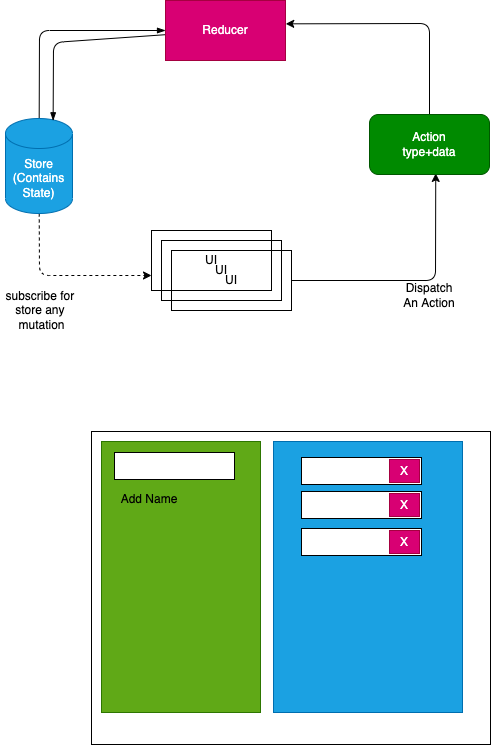
Earlier version of the draw.io export images/day13.drawio.png (adithnaveen/2022-sapient-react-node-graphql). Source tidied: cells renumbered, new cells last; positions are measured from the earlier drawing's top-left corner, leaving out a move shared by most shapes.
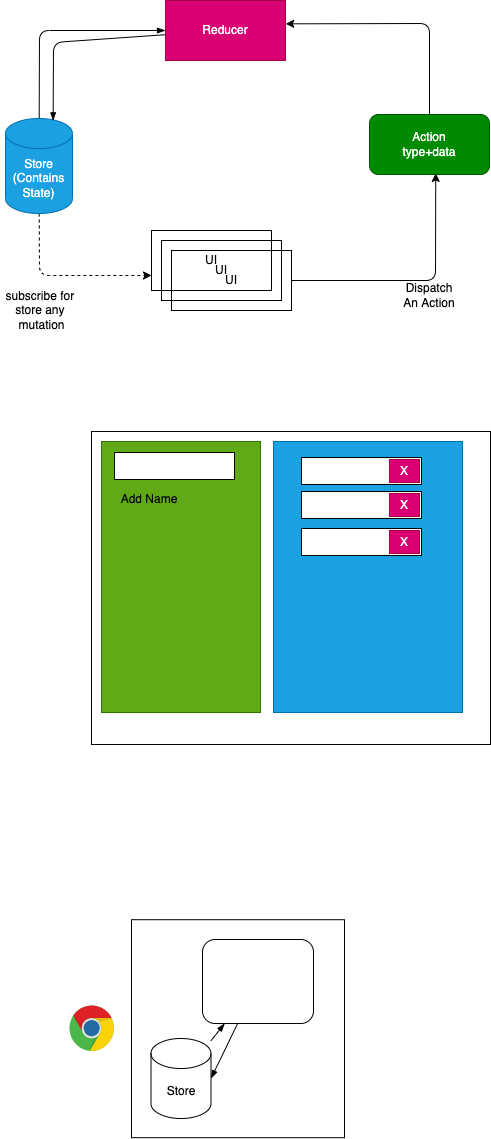
Above is the later version.

Diff of the diagram source:
```diff
@@ -94,5 +94,23 @@
     <mxCell id="25" value="X" style="text;html=1;strokeColor=#A50040;fillColor=#d80073;align=center;verticalAlign=middle;whiteSpace=wrap;rounded=0;fontColor=#ffffff;" parent="1" vertex="1">
       <mxGeometry x="389" y="530" width="30" height="23" as="geometry" />
     </mxCell>
+    <mxCell id="26" style="dashed=0;html=1;align=center;labelPosition=center;verticalLabelPosition=bottom;verticalAlign=top;shape=mxgraph.weblogos.chrome;" parent="1" vertex="1">
+      <mxGeometry x="69" y="1005" width="45" height="46.4" as="geometry" />
+    </mxCell>
+    <mxCell id="27" style="rounded=0;whiteSpace=wrap;html=1;" parent="1" vertex="1">
+      <mxGeometry x="131" y="919.2" width="213" height="218" as="geometry" />
+    </mxCell>
+    <mxCell id="28" style="edgeStyle=none;html=1;endArrow=blockThin;endFill=1;" parent="1" edge="1" source="29" target="31">
+      <mxGeometry relative="1" as="geometry" />
+    </mxCell>
+    <mxCell id="29" value="Store" style="shape=cylinder3;whiteSpace=wrap;html=1;boundedLbl=1;backgroundOutline=1;size=15;" parent="1" vertex="1">
+      <mxGeometry x="150.5" y="1038" width="60" height="80" as="geometry" />
+    </mxCell>
+    <mxCell id="30" style="edgeStyle=none;html=1;entryX=1;entryY=0.5;entryDx=0;entryDy=0;entryPerimeter=0;endArrow=blockThin;endFill=1;" parent="1" edge="1" source="31" target="29">
+      <mxGeometry relative="1" as="geometry" />
+    </mxCell>
+    <mxCell id="31" style="rounded=1;whiteSpace=wrap;html=1;" parent="1" vertex="1">
+      <mxGeometry x="202" y="939" width="111" height="84" as="geometry" />
+    </mxCell>
   </root>
 </mxGraphModel>
```
